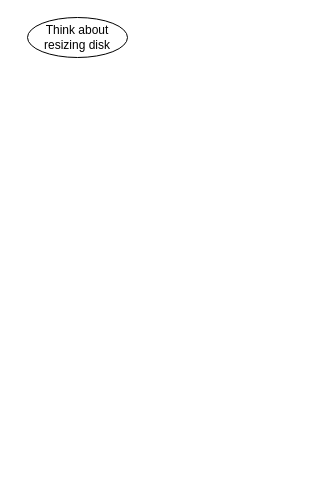
Before: page "Page-2" (2 of 2) of Cloud9 Automation.drawio in ehazan/drawioconfig, a draw.io diagram. Source tidied: cells renumbered, new cells numbered last; positions are measured from the earlier drawing's top-left corner, leaving out a move shared by most shapes. Both pictures are drawn from the tidied source at 100%, with x=0, y=0 at pixel (27, 17).
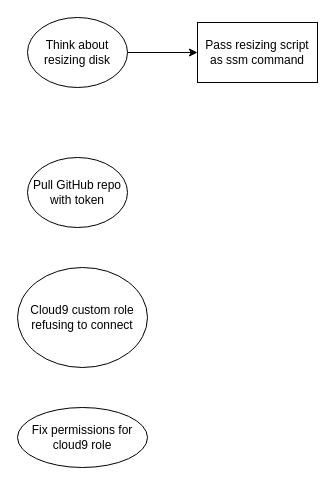
The same diagram, later.

Change to the diagram source:
```diff
@@
 <mxGraphModel>
   <root>
     <mxCell id="0" />
     <mxCell id="1" parent="0" />
+    <mxCell id="3" style="edgeStyle=orthogonalEdgeStyle;rounded=0;jettySize=auto;html=1;" parent="1" edge="1" source="2" target="5">
+      <mxGeometry relative="1" as="geometry" />
+    </mxCell>
     <mxCell id="2" value="Think about resizing disk" style="ellipse;whiteSpace=wrap;html=1;align=center;newEdgeStyle={&quot;edgeStyle&quot;:&quot;entityRelationEdgeStyle&quot;,&quot;startArrow&quot;:&quot;none&quot;,&quot;endArrow&quot;:&quot;none&quot;,&quot;segment&quot;:10,&quot;curved&quot;:1};" parent="1" vertex="1">
-      <mxGeometry width="100" height="40" as="geometry" />
+      <mxGeometry width="100" height="70" as="geometry" />
     </mxCell>
+    <mxCell id="4" value="Pull GitHub repo with token" style="ellipse;whiteSpace=wrap;html=1;align=center;newEdgeStyle={&quot;edgeStyle&quot;:&quot;entityRelationEdgeStyle&quot;,&quot;startArrow&quot;:&quot;none&quot;,&quot;endArrow&quot;:&quot;none&quot;,&quot;segment&quot;:10,&quot;curved&quot;:1};" parent="1" vertex="1">
+      <mxGeometry y="140" width="100" height="70" as="geometry" />
+    </mxCell>
+    <mxCell id="5" value="Pass resizing script as ssm command" style="whiteSpace=wrap;html=1;" parent="1" vertex="1">
+      <mxGeometry x="170" y="5" width="120" height="60" as="geometry" />
+    </mxCell>
+    <mxCell id="6" value="Cloud9 custom role refusing to connect" style="ellipse;whiteSpace=wrap;html=1;align=center;newEdgeStyle={&quot;edgeStyle&quot;:&quot;entityRelationEdgeStyle&quot;,&quot;startArrow&quot;:&quot;none&quot;,&quot;endArrow&quot;:&quot;none&quot;,&quot;segment&quot;:10,&quot;curved&quot;:1};" parent="1" vertex="1">
+      <mxGeometry x="-10" y="250" width="130" height="100" as="geometry" />
+    </mxCell>
+    <mxCell id="7" value="Fix permissions for cloud9 role" style="ellipse;whiteSpace=wrap;html=1;align=center;newEdgeStyle={&quot;edgeStyle&quot;:&quot;entityRelationEdgeStyle&quot;,&quot;startArrow&quot;:&quot;none&quot;,&quot;endArrow&quot;:&quot;none&quot;,&quot;segment&quot;:10,&quot;curved&quot;:1};" parent="1" vertex="1">
+      <mxGeometry x="-10" y="390" width="130" height="60" as="geometry" />
+    </mxCell>
   </root>
 </mxGraphModel>
```
